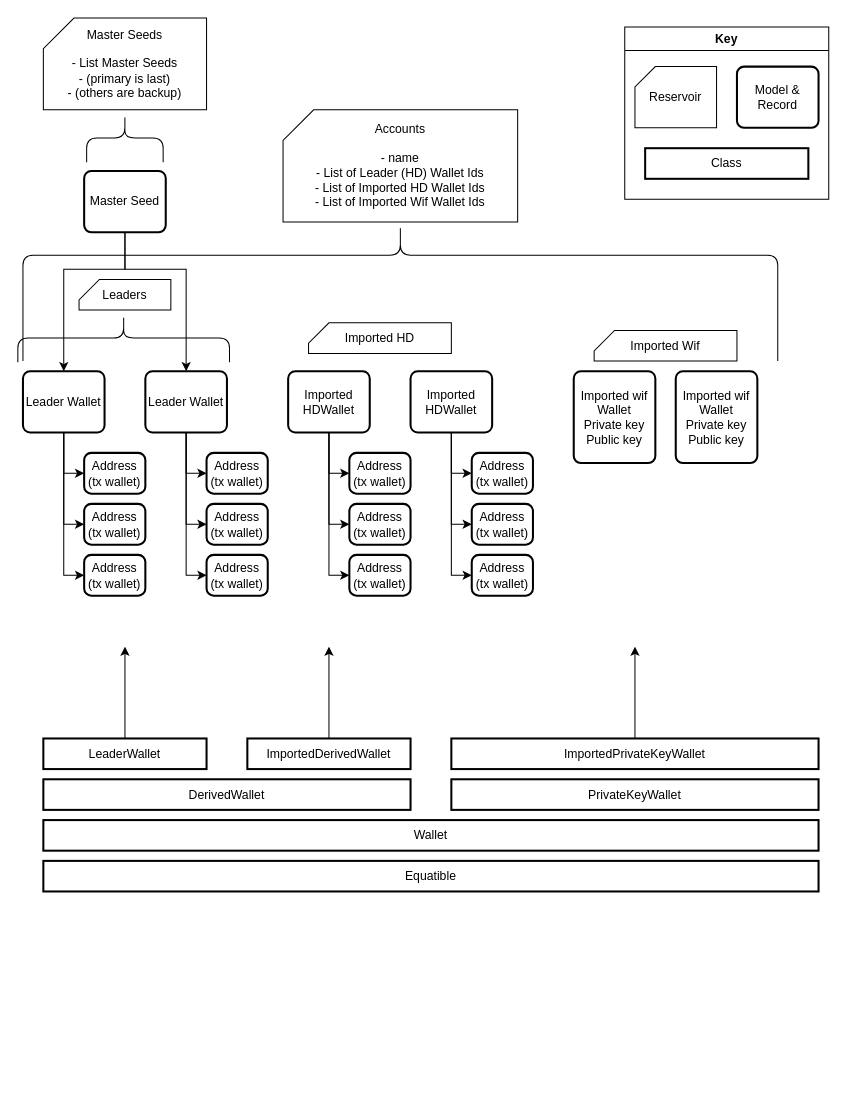
moontreeapp/moontree keeps this draw.io diagram as raven_back/docs/diagrams/wallet-relationships.drawio. Above is the earlier version. Source tidied: cells renumbered, new cells numbered last; positions are measured from the earlier drawing's top-left corner, leaving out a move shared by most shapes. Both pictures are drawn from the tidied source at 102%, with x=0, y=0 at pixel (22, -86).
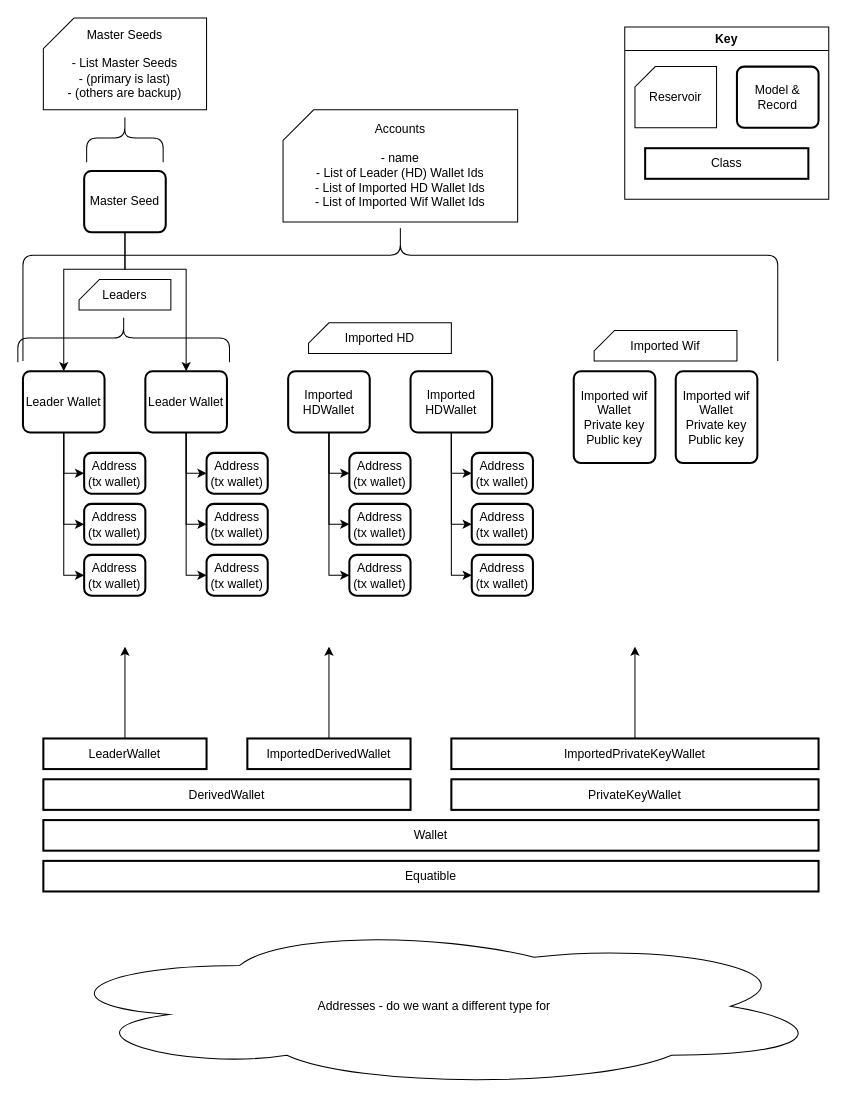
After the change.

Commit message:
how to handle addresses

Diff of the diagram source:
```diff
@@
+    <mxCell id="57" value="Addresses - do we want a different type for&amp;nbsp;" style="ellipse;shape=cloud;whiteSpace=wrap;html=1;rounded=0;" parent="1" vertex="1">
+      <mxGeometry x="20" y="990" width="770" height="160" as="geometry" />
+    </mxCell>
```
